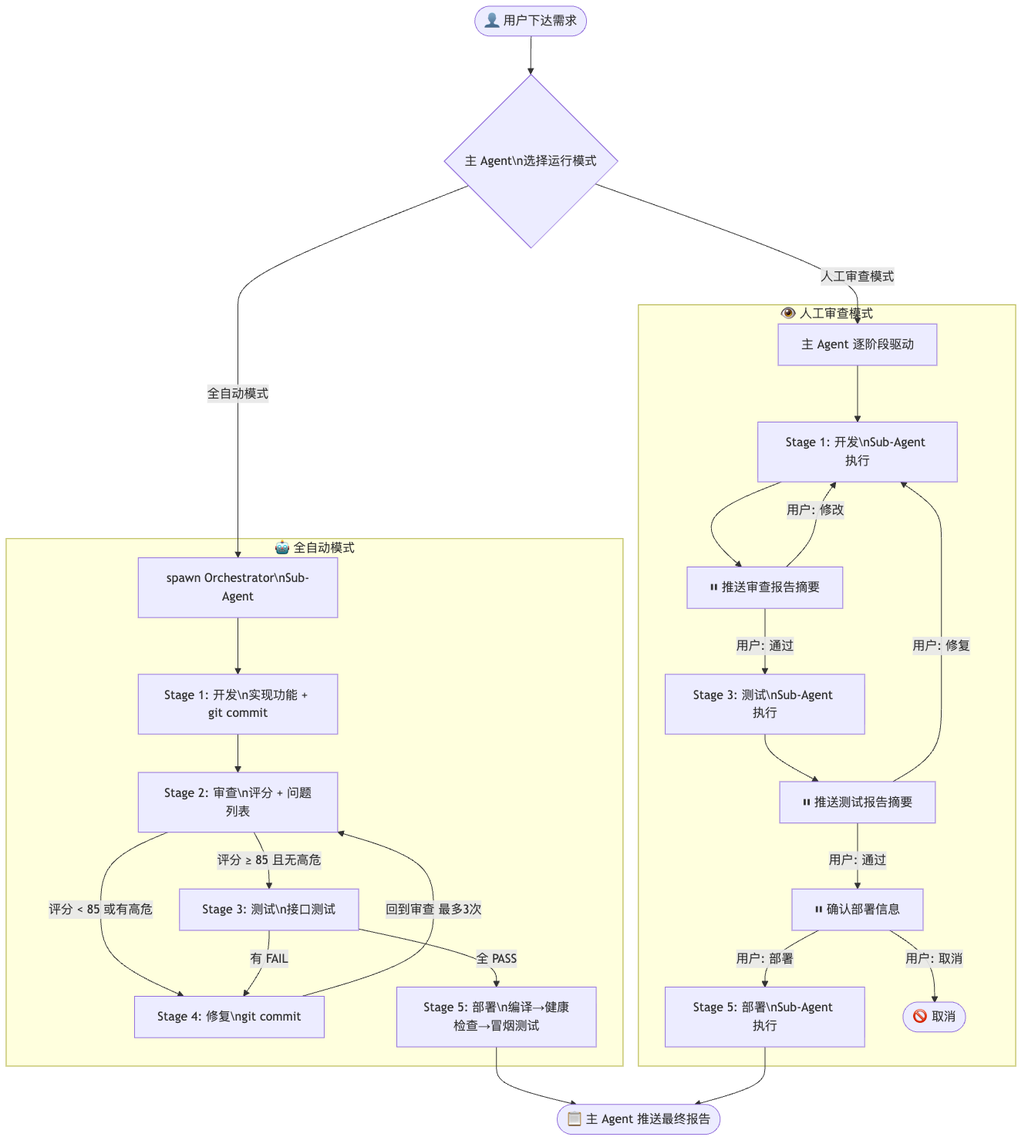
This is diagrams/01-pipeline-overview.png from liaozy0127/multi-agent-methodology, a Mermaid export, as it was before one commit. Its source is kept beside it as diagrams/01-pipeline-overview.mmd.
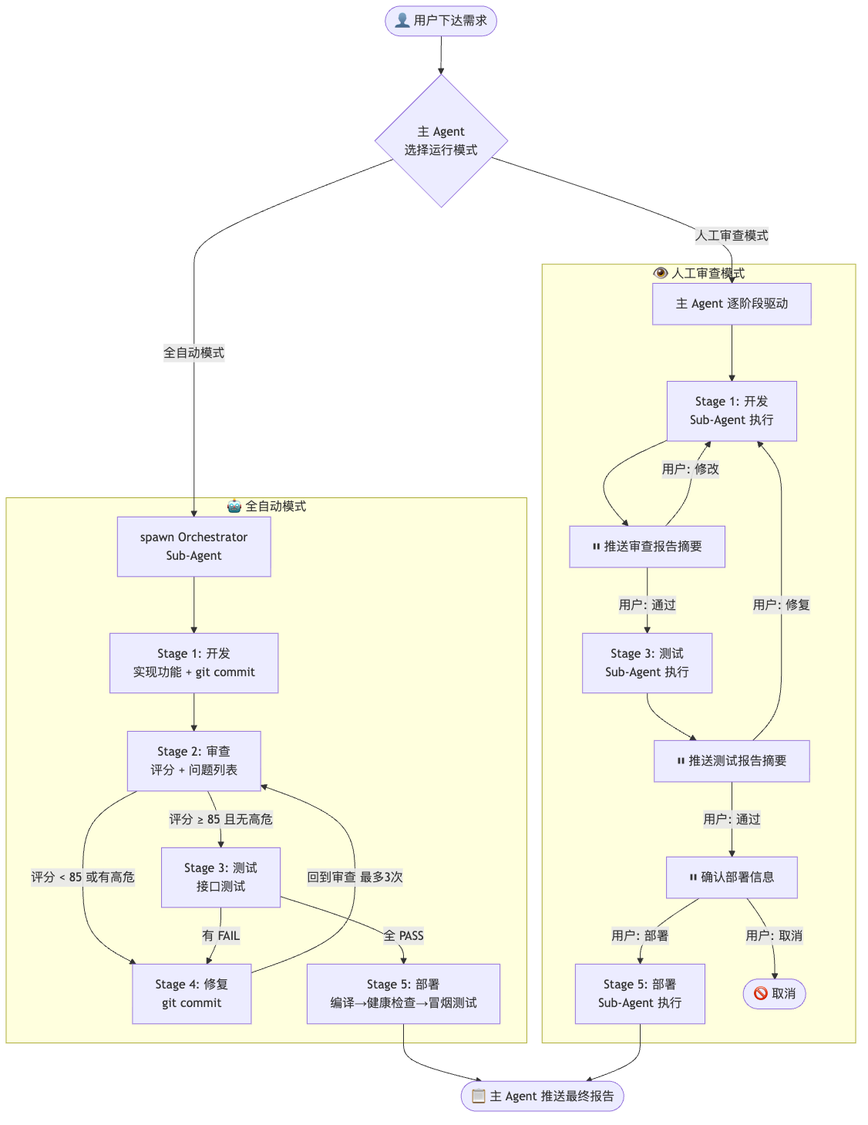
The same diagram one commit later.

Diff of the diagram source:
```diff
@@ -1,28 +1,28 @@
 flowchart TD
-    U([👤 用户下达需求]) --> M{主 Agent\n选择运行模式}
+    U([👤 用户下达需求]) --> M{主 Agent<br>选择运行模式}
 
-    M -->|全自动模式| A1[spawn Orchestrator\nSub-Agent]
+    M -->|全自动模式| A1[spawn Orchestrator<br>Sub-Agent]
     M -->|人工审查模式| B1[主 Agent 逐阶段驱动]
 
     subgraph AUTO ["🤖 全自动模式"]
-        A1 --> A2[Stage 1: 开发\n实现功能 + git commit]
-        A2 --> A3[Stage 2: 审查\n评分 + 问题列表]
-        A3 -->|评分 ≥ 85 且无高危| A4[Stage 3: 测试\n接口测试]
-        A3 -->|评分 < 85 或有高危| A5[Stage 4: 修复\ngit commit]
+        A1 --> A2[Stage 1: 开发<br>实现功能 + git commit]
+        A2 --> A3[Stage 2: 审查<br>评分 + 问题列表]
+        A3 -->|评分 ≥ 85 且无高危| A4[Stage 3: 测试<br>接口测试]
+        A3 -->|评分 < 85 或有高危| A5[Stage 4: 修复<br>git commit]
         A5 -->|回到审查 最多3次| A3
-        A4 -->|全 PASS| A6[Stage 5: 部署\n编译→健康检查→冒烟测试]
+        A4 -->|全 PASS| A6[Stage 5: 部署<br>编译→健康检查→冒烟测试]
         A4 -->|有 FAIL| A5
     end
 
     subgraph MANUAL ["👁️ 人工审查模式"]
-        B1 --> B2[Stage 1: 开发\nSub-Agent 执行]
+        B1 --> B2[Stage 1: 开发<br>Sub-Agent 执行]
         B2 --> B3[⏸ 推送审查报告摘要]
-        B3 -->|用户: 通过| B4[Stage 3: 测试\nSub-Agent 执行]
+        B3 -->|用户: 通过| B4[Stage 3: 测试<br>Sub-Agent 执行]
         B3 -->|用户: 修改| B2
         B4 --> B5[⏸ 推送测试报告摘要]
         B5 -->|用户: 通过| B6[⏸ 确认部署信息]
         B5 -->|用户: 修复| B2
-        B6 -->|用户: 部署| B7[Stage 5: 部署\nSub-Agent 执行]
+        B6 -->|用户: 部署| B7[Stage 5: 部署<br>Sub-Agent 执行]
         B6 -->|用户: 取消| B8([🚫 取消])
     end
 
```
